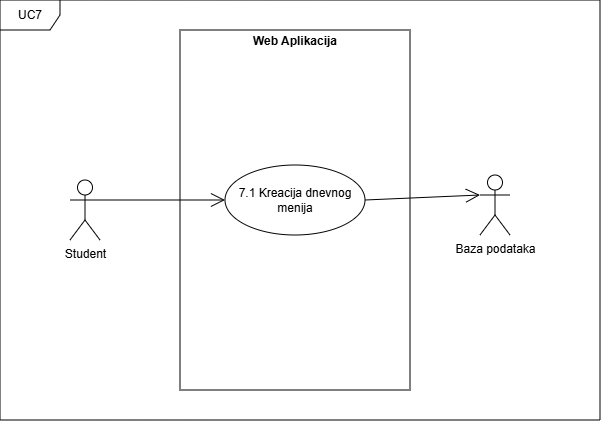
Before: docs/imgs/UC7.png, a diagram exported from draw.io (lukaznj/dish-detective). Source tidied: cells renumbered, new cells last; positions are measured from the earlier drawing's top-left corner, leaving out a move shared by most shapes.
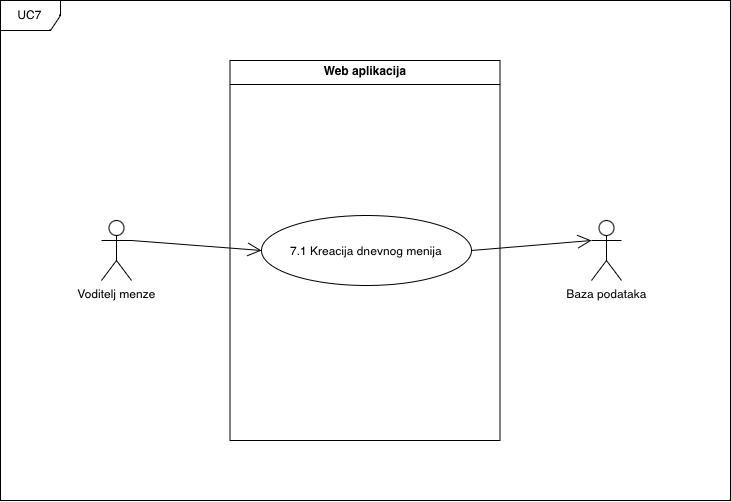
The same diagram one commit later.

Commit message:
Fixed some UML diagrams

Change to the diagram source:
```diff
@@ -1,27 +1,31 @@
-<mxGraphModel background="#ffffff">
+<mxGraphModel background="#FFFFFF">
   <root>
     <mxCell id="0" />
     <mxCell id="1" parent="0" />
-    <mxCell id="2" value="&lt;p style=&quot;margin:0px;margin-top:4px;text-align:center;&quot;&gt;&lt;b&gt;Web Aplikacija&lt;/b&gt;&lt;/p&gt;" style="verticalAlign=top;align=left;overflow=fill;html=1;whiteSpace=wrap;" parent="1" vertex="1">
-      <mxGeometry x="180" y="30" width="230" height="360" as="geometry" />
-    </mxCell>
+    <mxCell id="4" value="UC7" style="shape=umlFrame;whiteSpace=wrap;html=1;" parent="1" vertex="1">
+      <mxGeometry x="-31" y="-300" width="730" height="500" as="geometry" />
+    </mxCell>
+    <mxCell id="9" value="&lt;p style=&quot;margin:0px;margin-top:4px;text-align:center;&quot;&gt;&lt;b&gt;Web aplikacija&lt;/b&gt;&lt;/p&gt;&lt;hr size=&quot;1&quot; style=&quot;border-style:solid;&quot;&gt;&lt;div style=&quot;height:2px;&quot;&gt;&lt;/div&gt;" style="verticalAlign=top;align=left;overflow=fill;html=1;whiteSpace=wrap;" parent="1" vertex="1">
+      <mxGeometry x="198.5" y="-240" width="270" height="380" as="geometry" />
+    </mxCell>
     <mxCell id="3" value="Baza podataka" style="shape=umlActor;verticalLabelPosition=bottom;verticalAlign=top;html=1;" parent="1" vertex="1">
-      <mxGeometry x="480" y="175" width="30" height="60" as="geometry" />
+      <mxGeometry x="560" y="-80" width="30" height="60" as="geometry" />
     </mxCell>
-    <mxCell id="4" value="UC7" style="shape=umlFrame;whiteSpace=wrap;html=1;" parent="1" vertex="1">
-      <mxGeometry width="600" height="420" as="geometry" />
-    </mxCell>
-    <mxCell id="5" value="Student" style="shape=umlActor;verticalLabelPosition=bottom;verticalAlign=top;html=1;" parent="1" vertex="1">
-      <mxGeometry x="70" y="180" width="30" height="60" as="geometry" />
-    </mxCell>
+    <mxCell id="10" value="Voditelj menze" style="shape=umlActor;verticalLabelPosition=bottom;verticalAlign=top;html=1;" parent="1" vertex="1">
+      <mxGeometry x="70" y="-80" width="30" height="60" as="geometry" />
+    </mxCell>
+    <mxCell id="11" style="endArrow=open;endFill=1;endSize=12;html=1;rounded=0;fontSize=12;curved=1;entryX=0;entryY=0.3333333333333333;entryDx=0;entryDy=0;entryPerimeter=0;" parent="1" edge="1" target="3">
+      <mxGeometry relative="1" as="geometry">
+        <mxPoint x="440" y="-50" as="sourcePoint" />
+      </mxGeometry>
+    </mxCell>
+    <mxCell id="12" style="endArrow=open;endFill=1;endSize=12;html=1;rounded=0;fontSize=12;curved=1;entryX=0;entryY=0.5;entryDx=0;entryDy=0;" parent="1" edge="1" target="6">
+      <mxGeometry relative="1" as="geometry">
+        <mxPoint x="100" y="-60" as="sourcePoint" />
+      </mxGeometry>
+    </mxCell>
     <mxCell id="6" value="7.1 Kreacija dnevnog menija" style="ellipse;whiteSpace=wrap;html=1;" parent="1" vertex="1">
-      <mxGeometry x="225" y="165" width="140" height="70" as="geometry" />
+      <mxGeometry x="230" y="-85" width="210" height="70" as="geometry" />
     </mxCell>
-    <mxCell id="7" style="endArrow=open;endFill=1;endSize=12;html=1;rounded=0;exitX=1;exitY=0.5;exitDx=0;exitDy=0;entryX=0;entryY=0.3333333333333333;entryDx=0;entryDy=0;entryPerimeter=0;" parent="1" edge="1" source="6" target="3">
-      <mxGeometry relative="1" as="geometry" />
-    </mxCell>
-    <mxCell id="8" style="endArrow=open;endFill=1;endSize=12;html=1;rounded=0;exitX=1;exitY=0.3333333333333333;exitDx=0;exitDy=0;exitPerimeter=0;entryX=0;entryY=0.5;entryDx=0;entryDy=0;" parent="1" edge="1" source="5" target="6">
-      <mxGeometry relative="1" as="geometry" />
-    </mxCell>
   </root>
 </mxGraphModel>
```
